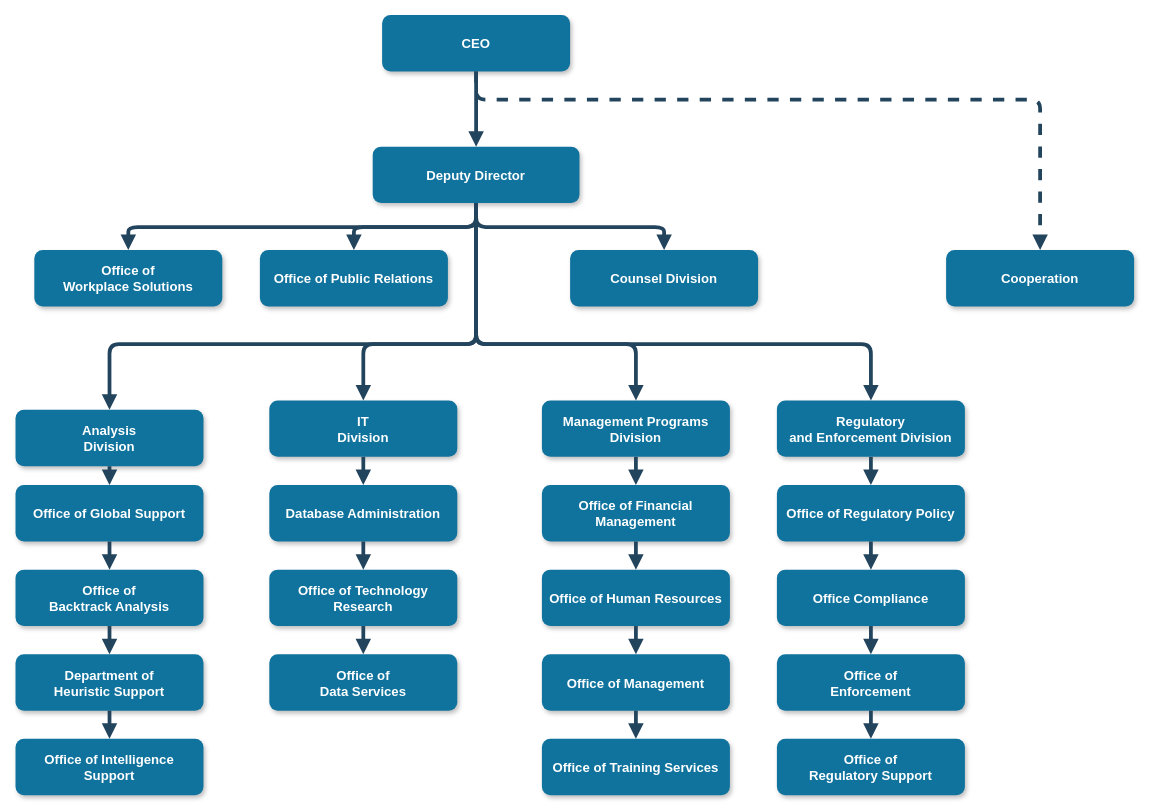
Earlier version of the draw.io diagram veschool-relation-flow.drawio (KRTirtho/veschool-diagrams). Source tidied: cells renumbered, new cells numbered last; positions are measured from the earlier drawing's top-left corner, leaving out a move shared by most shapes. Both pictures are drawn from the tidied source at 94%, with x=0, y=0 at pixel (15, 15).
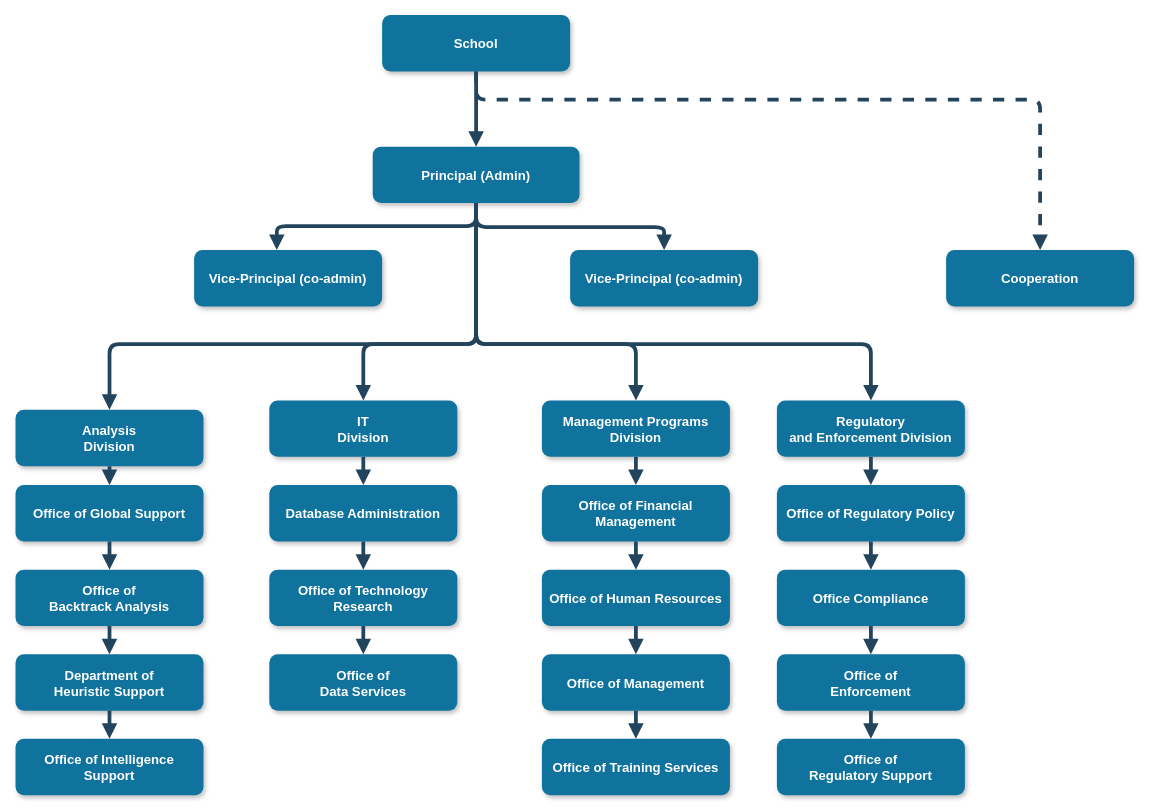
After the change.

Diff of the diagram source:
```diff
@@
-    <mxCell id="2" value="CEO" style="rounded=1;fillColor=#10739E;strokeColor=none;shadow=1;gradientColor=none;fontStyle=1;fontColor=#FFFFFF;fontSize=14;" parent="1" vertex="1">
+    <mxCell id="2" value="School" style="rounded=1;fillColor=#10739E;strokeColor=none;shadow=1;gradientColor=none;fontStyle=1;fontColor=#FFFFFF;fontSize=14;" parent="1" vertex="1">
       <mxGeometry x="390" y="-0.5" width="200" height="60" as="geometry" />
     </mxCell>
-    <mxCell id="3" value="Deputy Director" style="rounded=1;fillColor=#10739E;strokeColor=none;shadow=1;gradientColor=none;fontStyle=1;fontColor=#FFFFFF;fontSize=14;" parent="1" vertex="1">
+    <mxCell id="3" value="Principal (Admin)" style="rounded=1;fillColor=#10739E;strokeColor=none;shadow=1;gradientColor=none;fontStyle=1;fontColor=#FFFFFF;fontSize=14;" parent="1" vertex="1">
       <mxGeometry x="380" y="139.5" width="220" height="60" as="geometry" />
     </mxCell>
-    <mxCell id="4" value="Office of &#10;Workplace Solutions" style="rounded=1;fillColor=#10739E;strokeColor=none;shadow=1;gradientColor=none;fontStyle=1;fontColor=#FFFFFF;fontSize=14;" parent="1" vertex="1">
-      <mxGeometry x="20" y="249.5" width="200" height="60" as="geometry" />
+    <mxCell id="4" value="Vice-Principal (co-admin)" style="rounded=1;fillColor=#10739E;strokeColor=none;shadow=1;gradientColor=none;fontStyle=1;fontColor=#FFFFFF;fontSize=14;" parent="1" vertex="1">
+      <mxGeometry x="190" y="249.5" width="200" height="60" as="geometry" />
     </mxCell>
-    <mxCell id="5" value="Office of Public Relations" style="rounded=1;fillColor=#10739E;strokeColor=none;shadow=1;gradientColor=none;fontStyle=1;fontColor=#FFFFFF;fontSize=14;" parent="1" vertex="1">
-      <mxGeometry x="260" y="249.5" width="200" height="60" as="geometry" />
-    </mxCell>
-    <mxCell id="6" value="Counsel Division" style="rounded=1;fillColor=#10739E;strokeColor=none;shadow=1;gradientColor=none;fontStyle=1;fontColor=#FFFFFF;fontSize=14;" parent="1" vertex="1">
+    <mxCell id="6" value="Vice-Principal (co-admin)" style="rounded=1;fillColor=#10739E;strokeColor=none;shadow=1;gradientColor=none;fontStyle=1;fontColor=#FFFFFF;fontSize=14;" parent="1" vertex="1">
       <mxGeometry x="590" y="249.5" width="200" height="60" as="geometry" />
     </mxCell>
@@
-    <mxCell id="28" style="edgeStyle=elbowEdgeStyle;elbow=vertical;strokeWidth=4;endArrow=block;endFill=1;fontStyle=1;strokeColor=#23445D;" parent="1" edge="1" source="3" target="5">
-      <mxGeometry x="22" y="165.5" as="geometry" />
-    </mxCell>
     <mxCell id="29" style="edgeStyle=elbowEdgeStyle;elbow=vertical;strokeWidth=4;endArrow=block;endFill=1;fontStyle=1;strokeColor=#23445D;" parent="1" edge="1" source="3" target="4">
-      <mxGeometry x="22" y="165.5" as="geometry" />
+      <mxGeometry x="22" y="165.5" as="geometry">
+        <Array as="points">
+          <mxPoint x="278" y="224" />
+          <mxPoint x="288" y="225" />
+        </Array>
+      </mxGeometry>
     </mxCell>
```
